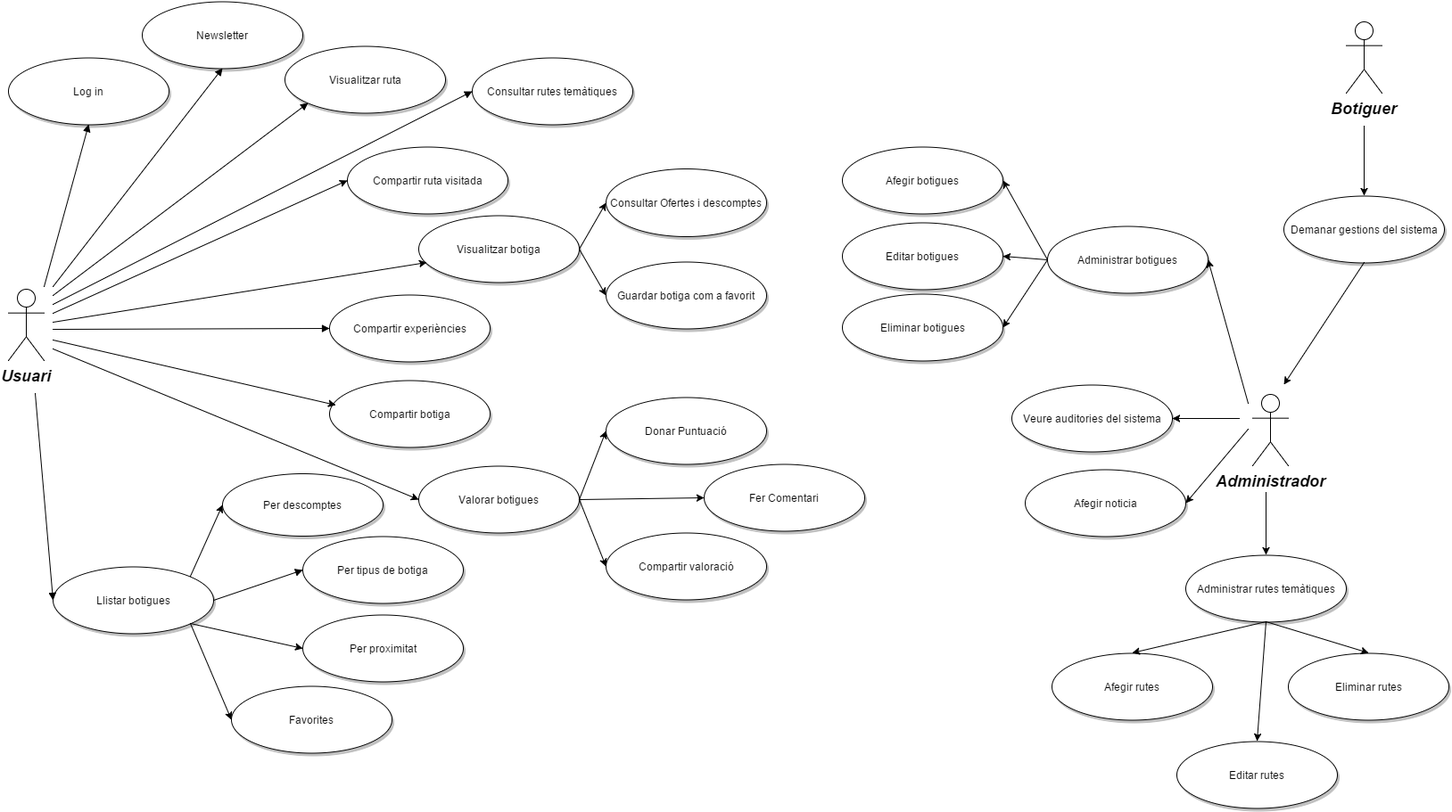
This is imatges/Casdus.png from daleu/UPproject, a draw.io export, as it was before one commit. Source tidied: cells renumbered, new cells last; positions are measured from the earlier drawing's top-left corner, leaving out a move shared by most shapes.
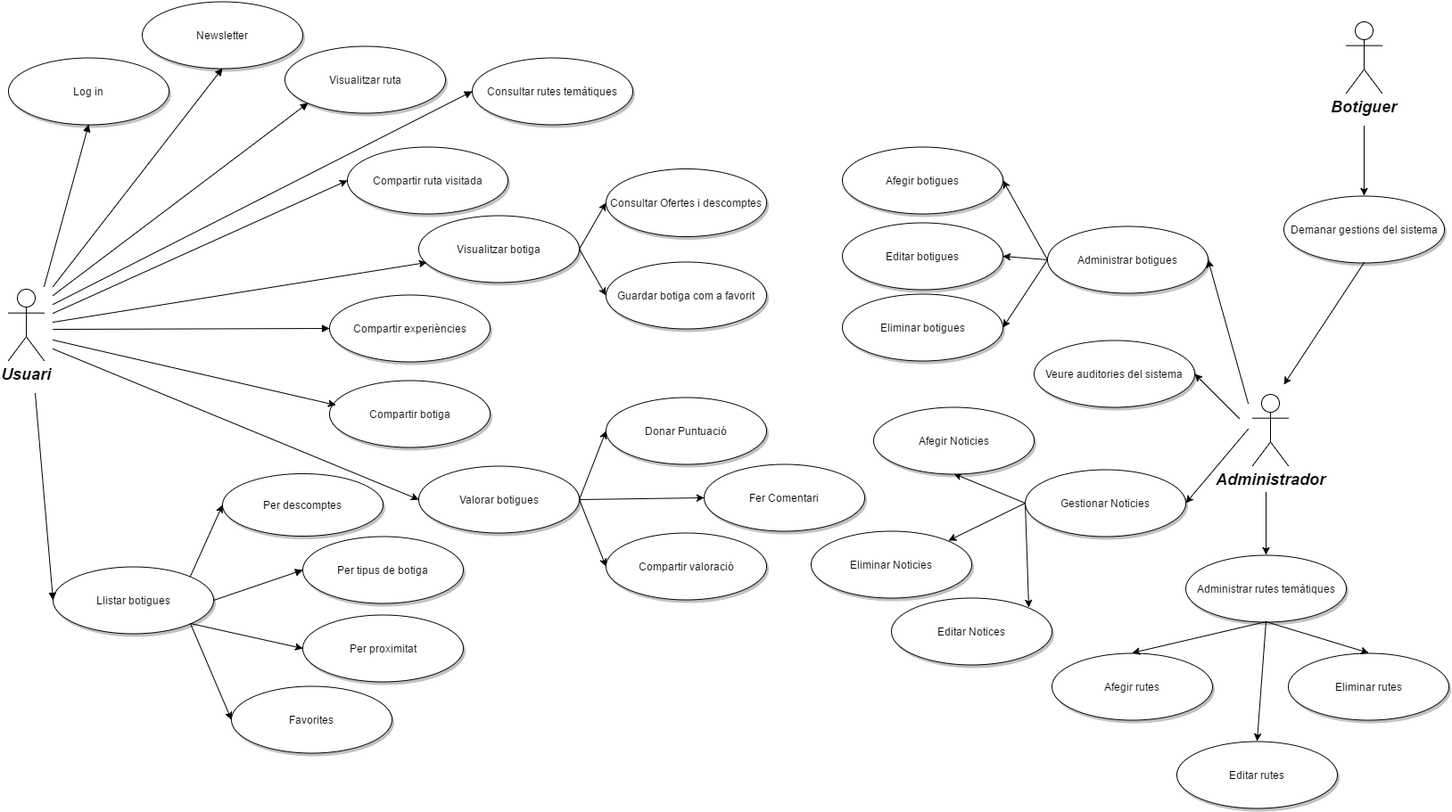
After the change.

Commit message:
96: Modificat el diagrama de casos d'ús

What changed in the source:
```diff
@@ -29,7 +29,7 @@
       <mxGeometry x="1395" y="441" width="40" height="80" as="geometry" />
     </mxCell>
     <mxCell id="10" value="Veure auditories del sistema" style="shape=mxgraph.flowchart.on-page_reference;fillColor=#FFFFFF;strokeColor=#000000;strokeWidth=1;shadow=1;gradientColor=none;html=1;" parent="1" vertex="1">
-      <mxGeometry x="1125" y="430" width="180" height="75" as="geometry" />
+      <mxGeometry x="1150" y="380" width="180" height="75" as="geometry" />
     </mxCell>
     <mxCell id="11" value="Log in" style="shape=mxgraph.flowchart.on-page_reference;fillColor=#FFFFFF;strokeColor=#000000;strokeWidth=1;shadow=1;gradientColor=none;html=1;" parent="1" vertex="1">
       <mxGeometry y="63" width="180" height="75" as="geometry" />
@@ -163,9 +163,21 @@
         <mxPoint x="50" y="350" as="sourcePoint" />
       </mxGeometry>
     </mxCell>
+    <mxCell id="68" style="edgeStyle=none;rounded=0;html=1;jettySize=auto;exitX=0;exitY=0.5;exitPerimeter=0;entryX=0.855;entryY=0.145;entryPerimeter=0;" parent="1" edge="1" source="49" target="70">
+      <mxGeometry relative="1" as="geometry" />
+    </mxCell>
+    <mxCell id="69" style="edgeStyle=none;rounded=0;html=1;exitX=0;exitY=0.5;exitPerimeter=0;entryX=0.5;entryY=1;entryPerimeter=0;jettySize=auto;" parent="1" edge="1" source="49" target="71">
+      <mxGeometry relative="1" as="geometry" />
+    </mxCell>
-    <mxCell id="49" value="Afegir noticia" style="shape=mxgraph.flowchart.on-page_reference;fillColor=#FFFFFF;strokeColor=#000000;strokeWidth=1;shadow=1;gradientColor=none;html=1;" parent="1" vertex="1">
+    <mxCell id="49" value="Gestionar Noticies" style="shape=mxgraph.flowchart.on-page_reference;fillColor=#FFFFFF;strokeColor=#000000;strokeWidth=1;shadow=1;gradientColor=none;html=1;" parent="1" vertex="1">
       <mxGeometry x="1140" y="525" width="180" height="75" as="geometry" />
     </mxCell>
+    <mxCell id="70" value="Eliminar Noticies" style="shape=mxgraph.flowchart.on-page_reference;fillColor=#FFFFFF;strokeColor=#000000;strokeWidth=1;shadow=1;gradientColor=none;html=1;" parent="1" vertex="1">
+      <mxGeometry x="900" y="594" width="180" height="75" as="geometry" />
+    </mxCell>
+    <mxCell id="71" value="Afegir Noticies" style="shape=mxgraph.flowchart.on-page_reference;fillColor=#FFFFFF;strokeColor=#000000;strokeWidth=1;shadow=1;gradientColor=none;html=1;" parent="1" vertex="1">
+      <mxGeometry x="970" y="455" width="180" height="75" as="geometry" />
+    </mxCell>
     <mxCell id="50" style="rounded=0;html=1;entryX=1;entryY=0.5;entryPerimeter=0;jettySize=auto;" parent="1" edge="1" target="49">
       <mxGeometry x="1295" y="485" as="geometry">
         <mxPoint x="1390" y="480" as="sourcePoint" />
@@ -232,5 +244,11 @@
         <mxPoint x="50" y="360" as="sourcePoint" />
       </mxGeometry>
     </mxCell>
+    <mxCell id="72" style="edgeStyle=none;rounded=0;html=1;jettySize=auto;exitX=0;exitY=0.5;exitPerimeter=0;entryX=0.855;entryY=0.145;entryPerimeter=0;" parent="1" edge="1" source="49" target="73">
+      <mxGeometry x="1154" y="668" as="geometry" />
+    </mxCell>
+    <mxCell id="73" value="Editar Notices" style="shape=mxgraph.flowchart.on-page_reference;fillColor=#FFFFFF;strokeColor=#000000;strokeWidth=1;shadow=1;gradientColor=none;html=1;" parent="1" vertex="1">
+      <mxGeometry x="990" y="669" width="180" height="75" as="geometry" />
+    </mxCell>
   </root>
 </mxGraphModel>
```
